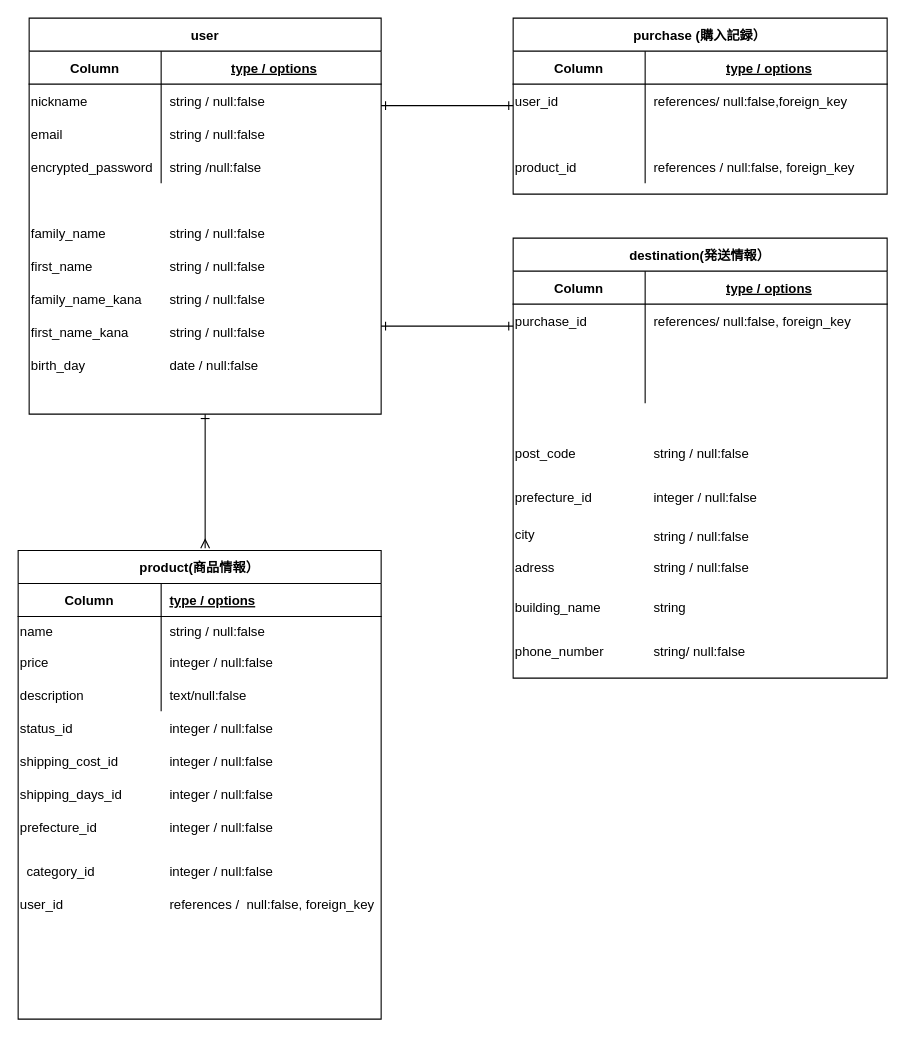
This is frima.dio from itosyo-takumi/furima-37236, a draw.io file, before an edit. Source tidied: cells renumbered, new cells numbered last; positions are measured from the earlier drawing's top-left corner, leaving out a move shared by most shapes. Both pictures are drawn from the tidied source at 110%, with x=0, y=0 at pixel (18, 18).
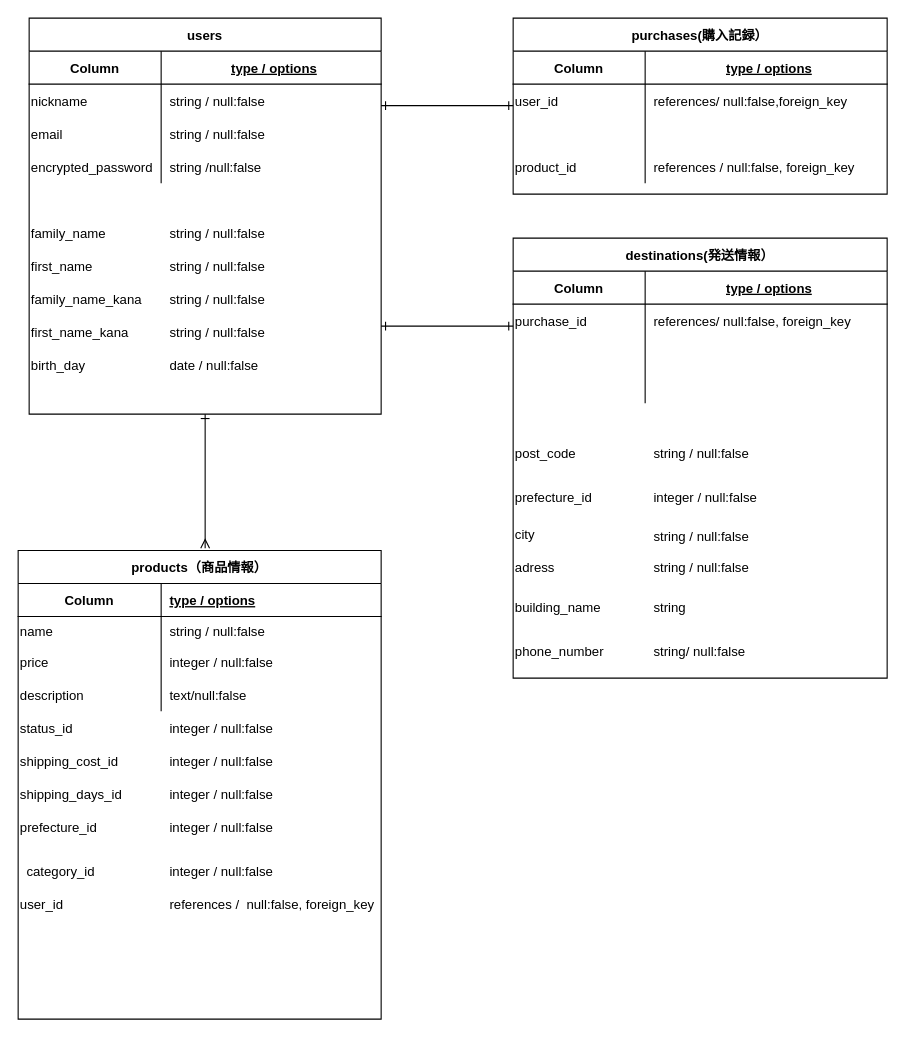
The same diagram, later.

Change to the diagram source:
```diff
@@
-    <mxCell id="3" value="user" style="shape=table;startSize=30;childLayout=tableLayout;rowLines=0;fontStyle=1;align=center;" parent="1" vertex="1">
+    <mxCell id="3" value="users" style="shape=table;startSize=30;childLayout=tableLayout;rowLines=0;fontStyle=1;align=center;" parent="1" vertex="1">
       <mxGeometry x="10" width="320" height="360" as="geometry" />
     </mxCell>
@@
-    <mxCell id="26" value="purchase (購入記録）" style="shape=table;startSize=30;childLayout=tableLayout;rowLines=0;fontStyle=1;align=center;" parent="1" vertex="1">
+    <mxCell id="26" value="purchases(購入記録）" style="shape=table;startSize=30;childLayout=tableLayout;rowLines=0;fontStyle=1;align=center;" parent="1" vertex="1">
       <mxGeometry x="450" width="340" height="160" as="geometry" />
     </mxCell>
@@
-    <mxCell id="39" value="destination(発送情報）" style="shape=table;startSize=30;childLayout=tableLayout;rowLines=0;fontStyle=1;align=center;" parent="1" vertex="1">
+    <mxCell id="39" value="destinations(発送情報）" style="shape=table;startSize=30;childLayout=tableLayout;rowLines=0;fontStyle=1;align=center;" parent="1" vertex="1">
       <mxGeometry x="450" y="200" width="340" height="400" as="geometry" />
     </mxCell>
@@
-    <mxCell id="66" value="product(商品情報）" style="shape=table;startSize=30;childLayout=tableLayout;rowLines=0;fontStyle=1;align=center;" parent="1" vertex="1">
+    <mxCell id="66" value="products（商品情報）" style="shape=table;startSize=30;childLayout=tableLayout;rowLines=0;fontStyle=1;align=center;" parent="1" vertex="1">
       <mxGeometry y="484" width="330" height="426" as="geometry" />
     </mxCell>
```
